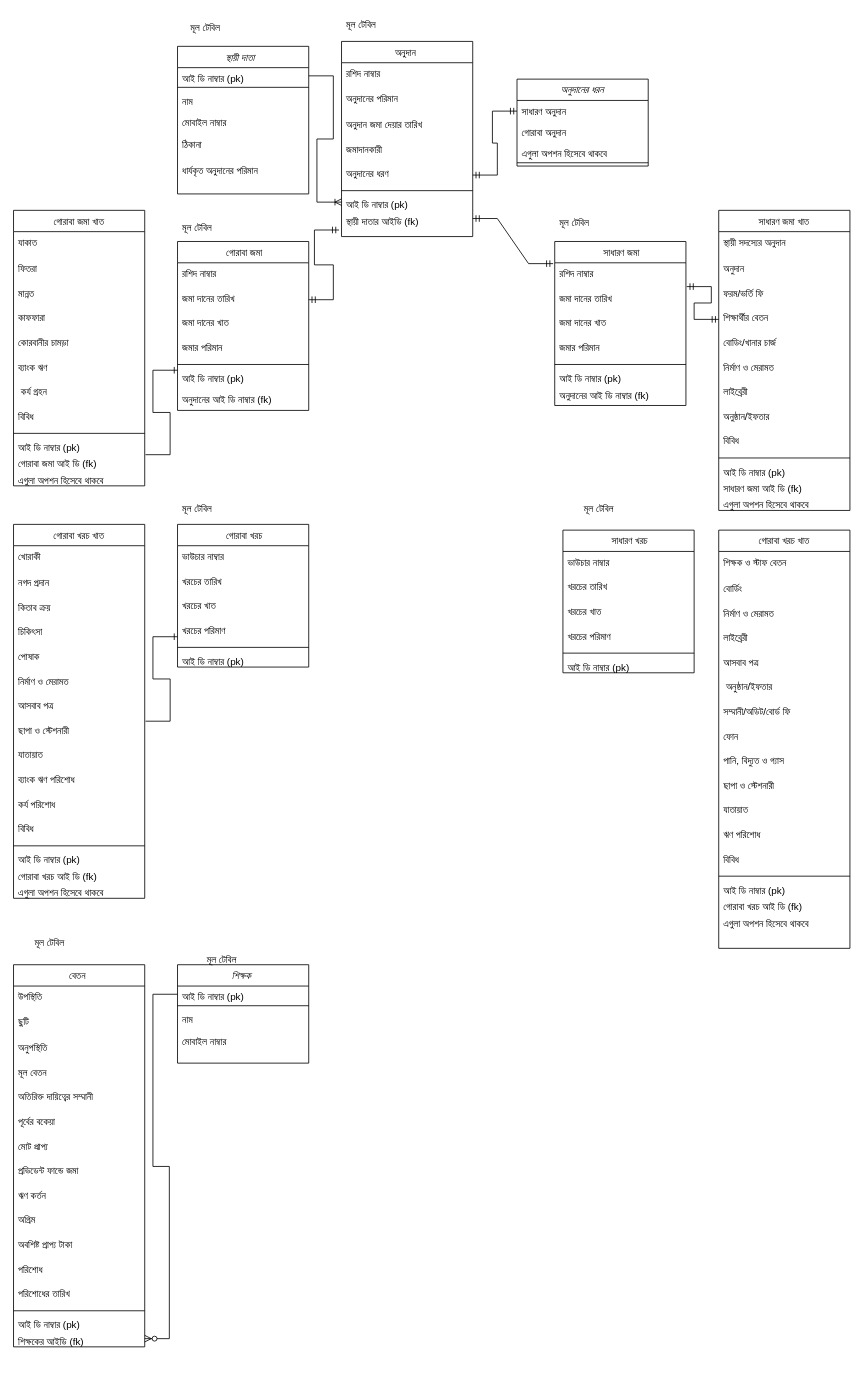
This is ERDiagram.drawio from TahsinTurab/Income-Expense-DUMSM-, a draw.io file, before an edit. Source tidied: cells renumbered, new cells numbered last; positions are measured from the earlier drawing's top-left corner, leaving out a move shared by most shapes. Both pictures are drawn from the tidied source at 82%, with x=0, y=0 at pixel (13, 13).
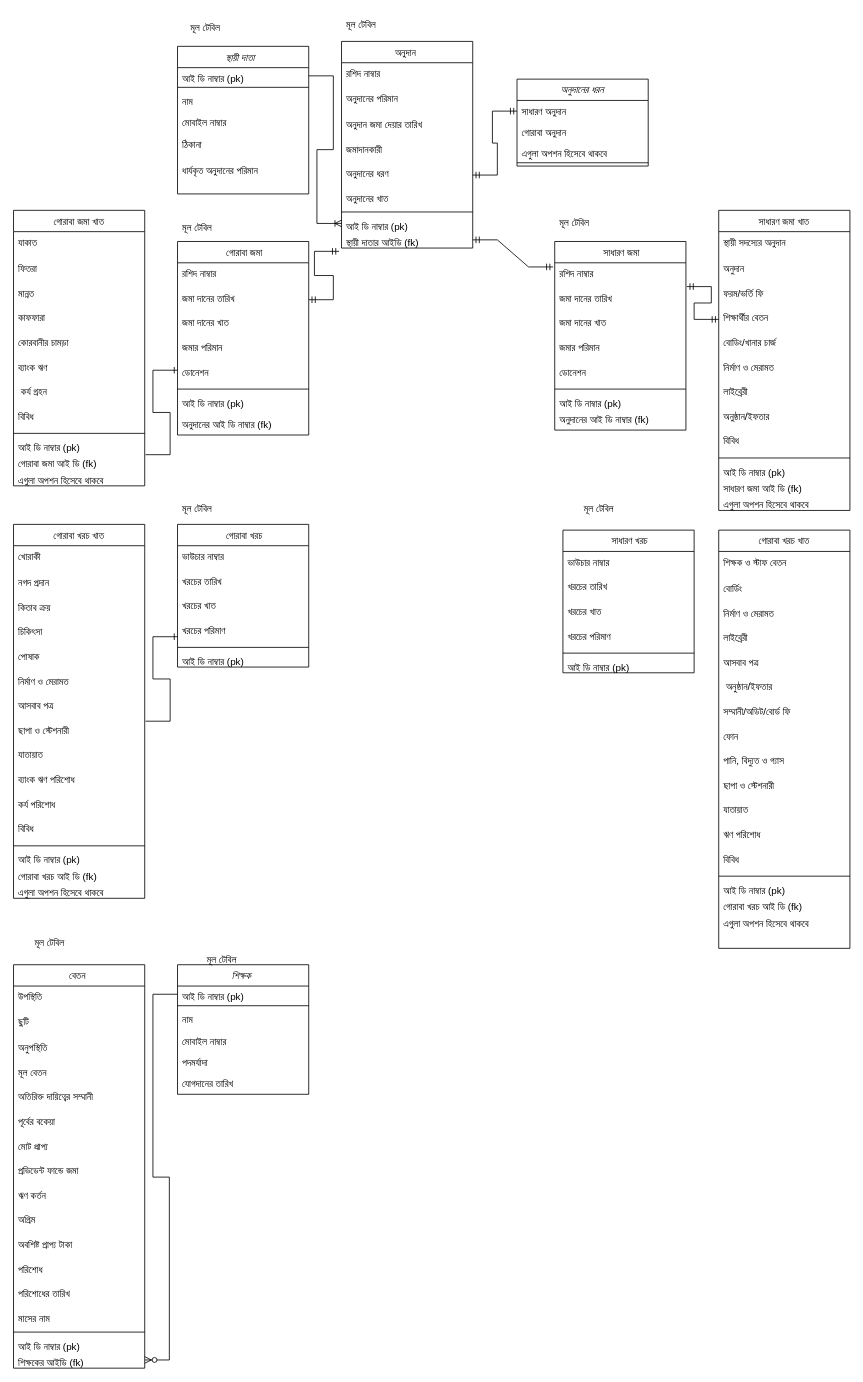
The same diagram, later.

Diff of the diagram source:
```diff
@@
     <mxCell id="9" value="অনুদান " style="swimlane;fontStyle=0;align=center;verticalAlign=top;horizontal=1;startSize=26;rounded=0;shadow=0;strokeWidth=1;" parent="1" vertex="1">
-      <mxGeometry x="400" y="34" width="160" height="238" as="geometry" />
+      <mxGeometry x="400" y="34" width="160" height="252" as="geometry" />
     </mxCell>
@@
+    <mxCell id="153" value="অনুদানের খাত&#10;" style="text;align=left;verticalAlign=top;spacingLeft=4;spacingRight=4;overflow=hidden;rounded=0;shadow=0;html=0;" parent="9" vertex="1">
+      <mxGeometry y="178" width="160" height="26" as="geometry" />
+    </mxCell>
     <mxCell id="15" style="line;html=1;strokeWidth=1;align=left;verticalAlign=middle;spacingTop=-1;spacingLeft=3;spacingRight=3;labelPosition=right;" parent="9" vertex="1">
-      <mxGeometry y="178" width="160" height="8" as="geometry" />
+      <mxGeometry y="204" width="160" height="8" as="geometry" />
     </mxCell>
     <mxCell id="16" value="আই ডি নাম্বার (pk)" style="text;align=left;verticalAlign=top;spacingLeft=4;spacingRight=4;overflow=hidden;points=[[0,0.5],[1,0.5]];portConstraint=eastwest;" parent="9" vertex="1">
-      <mxGeometry y="186" width="160" height="20" as="geometry" />
+      <mxGeometry y="212" width="160" height="20" as="geometry" />
     </mxCell>
     <mxCell id="17" value="স্থায়ী দাতার আইডি (fk)" style="text;align=left;verticalAlign=top;spacingLeft=4;spacingRight=4;overflow=hidden;points=[[0,0.5],[1,0.5]];portConstraint=eastwest;" parent="9" vertex="1">
-      <mxGeometry y="206" width="160" height="20" as="geometry" />
+      <mxGeometry y="232" width="160" height="20" as="geometry" />
     </mxCell>
@@
     <mxCell id="25" value="শিক্ষক " style="swimlane;fontStyle=2;align=center;verticalAlign=top;horizontal=1;startSize=26;rounded=0;shadow=0;strokeWidth=1;" parent="1" vertex="1">
-      <mxGeometry x="200" y="1160" width="160" height="120" as="geometry" />
+      <mxGeometry x="200" y="1160" width="160" height="158" as="geometry" />
     </mxCell>
@@
+    <mxCell id="154" value="পদমর্যাদা" style="text;align=left;verticalAlign=top;spacingLeft=4;spacingRight=4;overflow=hidden;rounded=0;shadow=0;html=0;" parent="25" vertex="1">
+      <mxGeometry y="106" width="160" height="26" as="geometry" />
+    </mxCell>
+    <mxCell id="155" value="যোগদানের তারিখ" style="text;align=left;verticalAlign=top;spacingLeft=4;spacingRight=4;overflow=hidden;rounded=0;shadow=0;html=0;" parent="25" vertex="1">
+      <mxGeometry y="132" width="160" height="26" as="geometry" />
+    </mxCell>
     <mxCell id="30" value="বেতন " style="swimlane;fontStyle=0;align=center;verticalAlign=top;horizontal=1;startSize=26;rounded=0;shadow=0;strokeWidth=1;" parent="1" vertex="1">
-      <mxGeometry y="1160" width="160" height="466" as="geometry" />
+      <mxGeometry y="1160" width="160" height="492" as="geometry" />
     </mxCell>
@@
+    <mxCell id="156" value="মাসের নাম&#10;" style="text;align=left;verticalAlign=top;spacingLeft=4;spacingRight=4;overflow=hidden;rounded=0;shadow=0;html=0;" parent="30" vertex="1">
+      <mxGeometry y="418" width="160" height="26" as="geometry" />
+    </mxCell>
     <mxCell id="44" style="line;html=1;strokeWidth=1;align=left;verticalAlign=middle;spacingTop=-1;spacingLeft=3;spacingRight=3;labelPosition=right;" parent="30" vertex="1">
-      <mxGeometry y="418" width="160" height="8" as="geometry" />
+      <mxGeometry y="444" width="160" height="8" as="geometry" />
     </mxCell>
     <mxCell id="45" value="আই ডি নাম্বার (pk)" style="text;align=left;verticalAlign=top;spacingLeft=4;spacingRight=4;overflow=hidden;" parent="30" vertex="1">
-      <mxGeometry y="426" width="160" height="20" as="geometry" />
+      <mxGeometry y="452" width="160" height="20" as="geometry" />
     </mxCell>
     <mxCell id="46" value="শিক্ষকের আইডি (fk)" style="text;align=left;verticalAlign=top;spacingLeft=4;spacingRight=4;overflow=hidden;points=[[0,0.5],[1,0.5]];portConstraint=eastwest;" parent="30" vertex="1">
-      <mxGeometry y="446" width="160" height="20" as="geometry" />
+      <mxGeometry y="472" width="160" height="20" as="geometry" />
     </mxCell>
@@
     <mxCell id="79" value=" গোরাবা জমা" style="swimlane;fontStyle=0;align=center;verticalAlign=top;horizontal=1;startSize=26;rounded=0;shadow=0;strokeWidth=1;" parent="1" vertex="1">
-      <mxGeometry x="200" y="278" width="160" height="206" as="geometry" />
+      <mxGeometry x="200" y="278" width="160" height="236" as="geometry" />
     </mxCell>
@@
+    <mxCell id="157" value="ডোনেশন " style="text;align=left;verticalAlign=top;spacingLeft=4;spacingRight=4;overflow=hidden;rounded=0;shadow=0;html=0;" parent="79" vertex="1">
+      <mxGeometry y="146" width="160" height="30" as="geometry" />
+    </mxCell>
     <mxCell id="84" style="line;html=1;strokeWidth=1;align=left;verticalAlign=middle;spacingTop=-1;spacingLeft=3;spacingRight=3;labelPosition=right;" parent="79" vertex="1">
-      <mxGeometry y="146" width="160" height="8" as="geometry" />
+      <mxGeometry y="176" width="160" height="8" as="geometry" />
     </mxCell>
     <mxCell id="85" value="আই ডি নাম্বার (pk)" style="text;align=left;verticalAlign=top;spacingLeft=4;spacingRight=4;overflow=hidden;" parent="79" vertex="1">
-      <mxGeometry y="154" width="160" height="26" as="geometry" />
+      <mxGeometry y="184" width="160" height="26" as="geometry" />
     </mxCell>
     <mxCell id="86" value="অনুদানের আই ডি নাম্বার (fk)" style="text;align=left;verticalAlign=top;spacingLeft=4;spacingRight=4;overflow=hidden;" parent="79" vertex="1">
-      <mxGeometry y="180" width="160" height="26" as="geometry" />
+      <mxGeometry y="210" width="160" height="26" as="geometry" />
     </mxCell>
@@
     <mxCell id="110" value=" সাধারণ জমা" style="swimlane;fontStyle=0;align=center;verticalAlign=top;horizontal=1;startSize=26;rounded=0;shadow=0;strokeWidth=1;" parent="1" vertex="1">
-      <mxGeometry x="660" y="278" width="160" height="200" as="geometry" />
+      <mxGeometry x="660" y="278" width="160" height="230" as="geometry" />
     </mxCell>
@@
+    <mxCell id="158" value="ডোনেশন " style="text;align=left;verticalAlign=top;spacingLeft=4;spacingRight=4;overflow=hidden;rounded=0;shadow=0;html=0;" parent="110" vertex="1">
+      <mxGeometry y="146" width="160" height="30" as="geometry" />
+    </mxCell>
     <mxCell id="115" style="line;html=1;strokeWidth=1;align=left;verticalAlign=middle;spacingTop=-1;spacingLeft=3;spacingRight=3;labelPosition=right;" parent="110" vertex="1">
-      <mxGeometry y="146" width="160" height="8" as="geometry" />
+      <mxGeometry y="176" width="160" height="8" as="geometry" />
     </mxCell>
     <mxCell id="116" value="আই ডি নাম্বার (pk)" style="text;align=left;verticalAlign=top;spacingLeft=4;spacingRight=4;overflow=hidden;" parent="110" vertex="1">
-      <mxGeometry y="154" width="160" height="20" as="geometry" />
+      <mxGeometry y="184" width="160" height="20" as="geometry" />
     </mxCell>
     <mxCell id="117" value="অনুদানের আই ডি নাম্বার (fk)" style="text;align=left;verticalAlign=top;spacingLeft=4;spacingRight=4;overflow=hidden;" parent="110" vertex="1">
-      <mxGeometry y="174" width="160" height="26" as="geometry" />
+      <mxGeometry y="204" width="160" height="26" as="geometry" />
     </mxCell>
```
